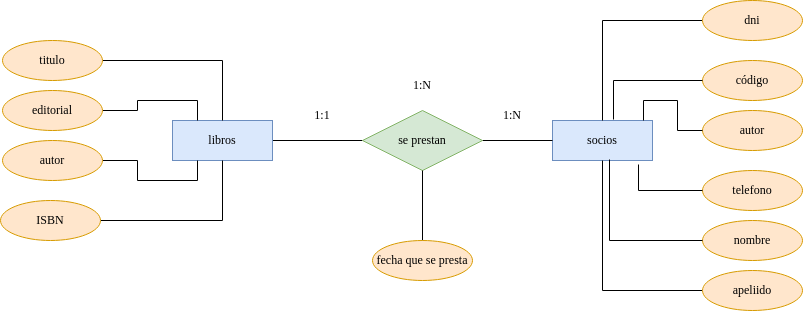
mdiogc/base-datos keeps this draw.io diagram as Unidad-1/Tareas./Tarea-6/gestión biblioteca.drawio.png. Above is the earlier version. Source tidied: cells renumbered, new cells last; positions are measured from the earlier drawing's top-left corner, leaving out a move shared by most shapes.
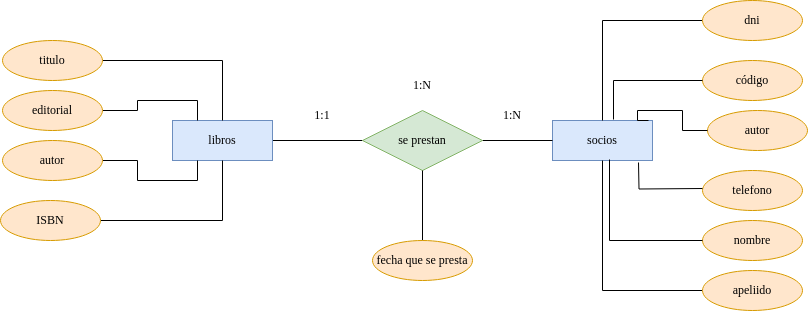
Later version of the same file.

What changed in the source:
```diff
@@ -57,7 +57,7 @@
       <mxGeometry x="702" width="100" height="40" as="geometry" />
     </mxCell>
     <mxCell id="20" value="&lt;font face=&quot;Times New Roman&quot;&gt;autor&lt;/font&gt;" style="ellipse;whiteSpace=wrap;html=1;align=center;fillColor=#ffe6cc;strokeColor=#d79b00;" parent="1" vertex="1">
-      <mxGeometry x="702" y="110" width="100" height="40" as="geometry" />
+      <mxGeometry x="707" y="110" width="100" height="40" as="geometry" />
     </mxCell>
     <mxCell id="21" value="&lt;div&gt;&lt;font face=&quot;Times New Roman&quot;&gt;telefono&lt;/font&gt;&lt;/div&gt;" style="ellipse;whiteSpace=wrap;html=1;align=center;fillColor=#ffe6cc;strokeColor=#d79b00;" parent="1" vertex="1">
       <mxGeometry x="702" y="170" width="100" height="40" as="geometry" />
@@ -74,14 +74,26 @@
     <mxCell id="25" style="edgeStyle=orthogonalEdgeStyle;rounded=0;jettySize=auto;html=1;exitX=0;exitY=0.5;exitDx=0;exitDy=0;entryX=0.61;entryY=-0.025;entryDx=0;entryDy=0;entryPerimeter=0;endArrow=none;endFill=0;" parent="1" edge="1" source="17" target="4">
       <mxGeometry relative="1" as="geometry" />
     </mxCell>
-    <mxCell id="26" style="edgeStyle=orthogonalEdgeStyle;rounded=0;jettySize=auto;html=1;exitX=0;exitY=0.5;exitDx=0;exitDy=0;entryX=0.91;entryY=0;entryDx=0;entryDy=0;entryPerimeter=0;endArrow=none;endFill=0;" parent="1" edge="1" source="20" target="4">
-      <mxGeometry relative="1" as="geometry" />
+    <mxCell id="26" style="edgeStyle=orthogonalEdgeStyle;rounded=0;orthogonalLoop=1;jettySize=auto;html=1;exitX=0;exitY=0.5;exitDx=0;exitDy=0;entryX=0.91;entryY=0;entryDx=0;entryDy=0;entryPerimeter=0;endArrow=none;endFill=0;" parent="1" edge="1">
+      <mxGeometry relative="1" as="geometry">
+        <mxPoint x="707" y="130" as="sourcePoint" />
+        <mxPoint x="648" y="120" as="targetPoint" />
+        <Array as="points">
+          <mxPoint x="682" y="130" />
+          <mxPoint x="682" y="110" />
+          <mxPoint x="637" y="110" />
+          <mxPoint x="637" y="120" />
+        </Array>
+      </mxGeometry>
     </mxCell>
     <mxCell id="27" style="edgeStyle=orthogonalEdgeStyle;rounded=0;jettySize=auto;html=1;exitX=0;exitY=0.5;exitDx=0;exitDy=0;entryX=0.57;entryY=0.975;entryDx=0;entryDy=0;entryPerimeter=0;endArrow=none;endFill=0;" parent="1" edge="1" source="24" target="4">
       <mxGeometry relative="1" as="geometry" />
     </mxCell>
-    <mxCell id="28" style="edgeStyle=orthogonalEdgeStyle;rounded=0;jettySize=auto;html=1;exitX=0;exitY=0.5;exitDx=0;exitDy=0;entryX=0.86;entryY=1.1;entryDx=0;entryDy=0;entryPerimeter=0;endArrow=none;endFill=0;" parent="1" edge="1" source="21" target="4">
-      <mxGeometry relative="1" as="geometry" />
+    <mxCell id="28" style="edgeStyle=orthogonalEdgeStyle;rounded=0;orthogonalLoop=1;jettySize=auto;html=1;exitX=0;exitY=0.5;exitDx=0;exitDy=0;entryX=0.86;entryY=1.1;entryDx=0;entryDy=0;entryPerimeter=0;endArrow=none;endFill=0;" parent="1" edge="1">
+      <mxGeometry relative="1" as="geometry">
+        <mxPoint x="702" y="188" as="sourcePoint" />
+        <mxPoint x="638" y="162" as="targetPoint" />
+      </mxGeometry>
     </mxCell>
     <mxCell id="29" value="&lt;font face=&quot;Times New Roman&quot;&gt;1:N&lt;/font&gt;" style="text;html=1;strokeColor=none;fillColor=none;align=center;verticalAlign=middle;whiteSpace=wrap;rounded=0;" parent="1" vertex="1">
       <mxGeometry x="482" y="100" width="60" height="30" as="geometry" />
```
